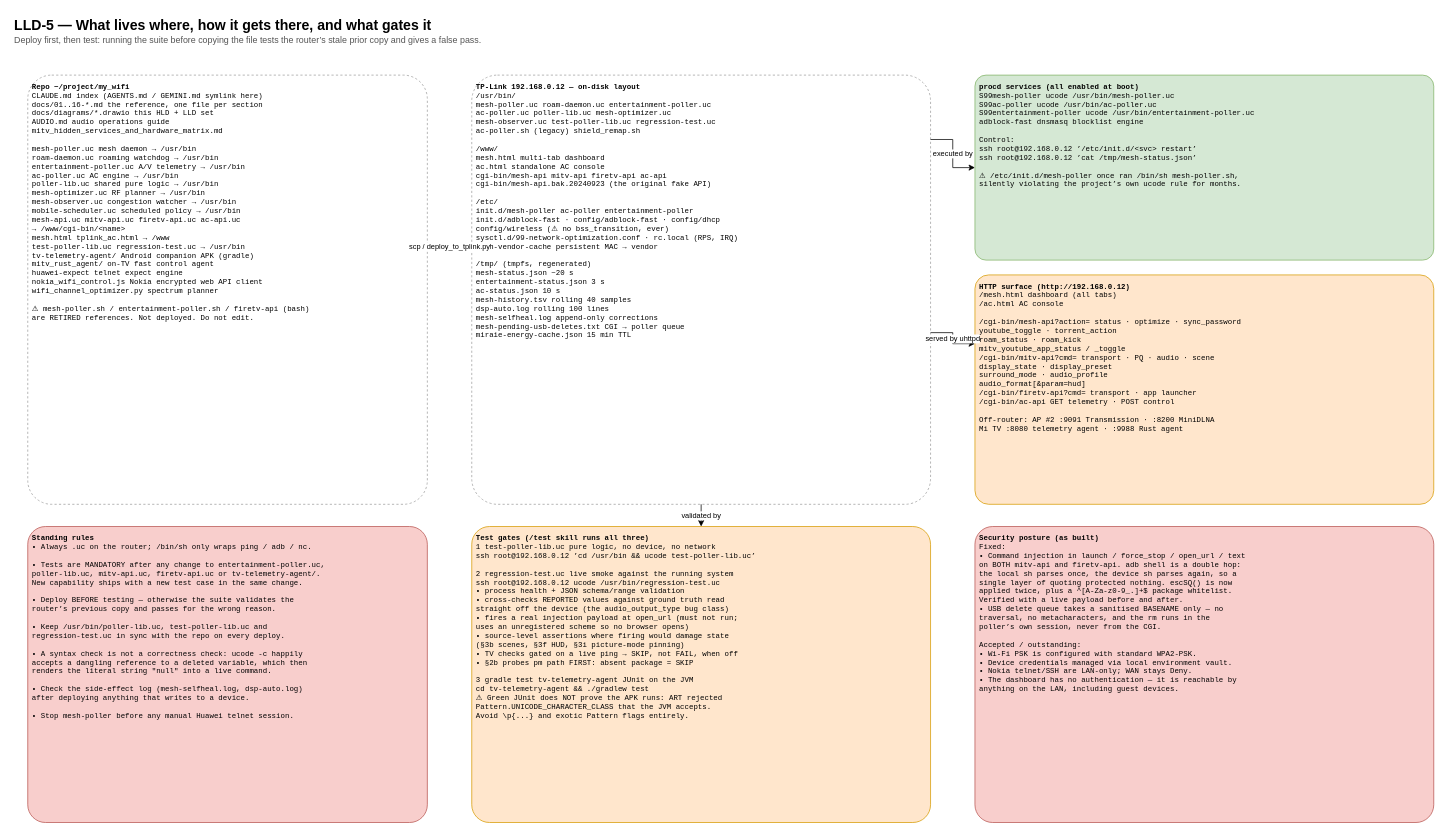
The draw.io diagram page "LLD-5 Repo, deploy map, API surface & test gates" (5 of 5) of docs/diagrams/LLD-whole-architecture.drawio in d2e/my-wifi-docs, before the edit. Source tidied: cells renumbered, new cells numbered last; positions are measured from the earlier drawing's top-left corner, leaving out a move shared by most shapes. Both pictures are drawn from the tidied source at 74%, with x=0, y=0 at pixel (13, 13).
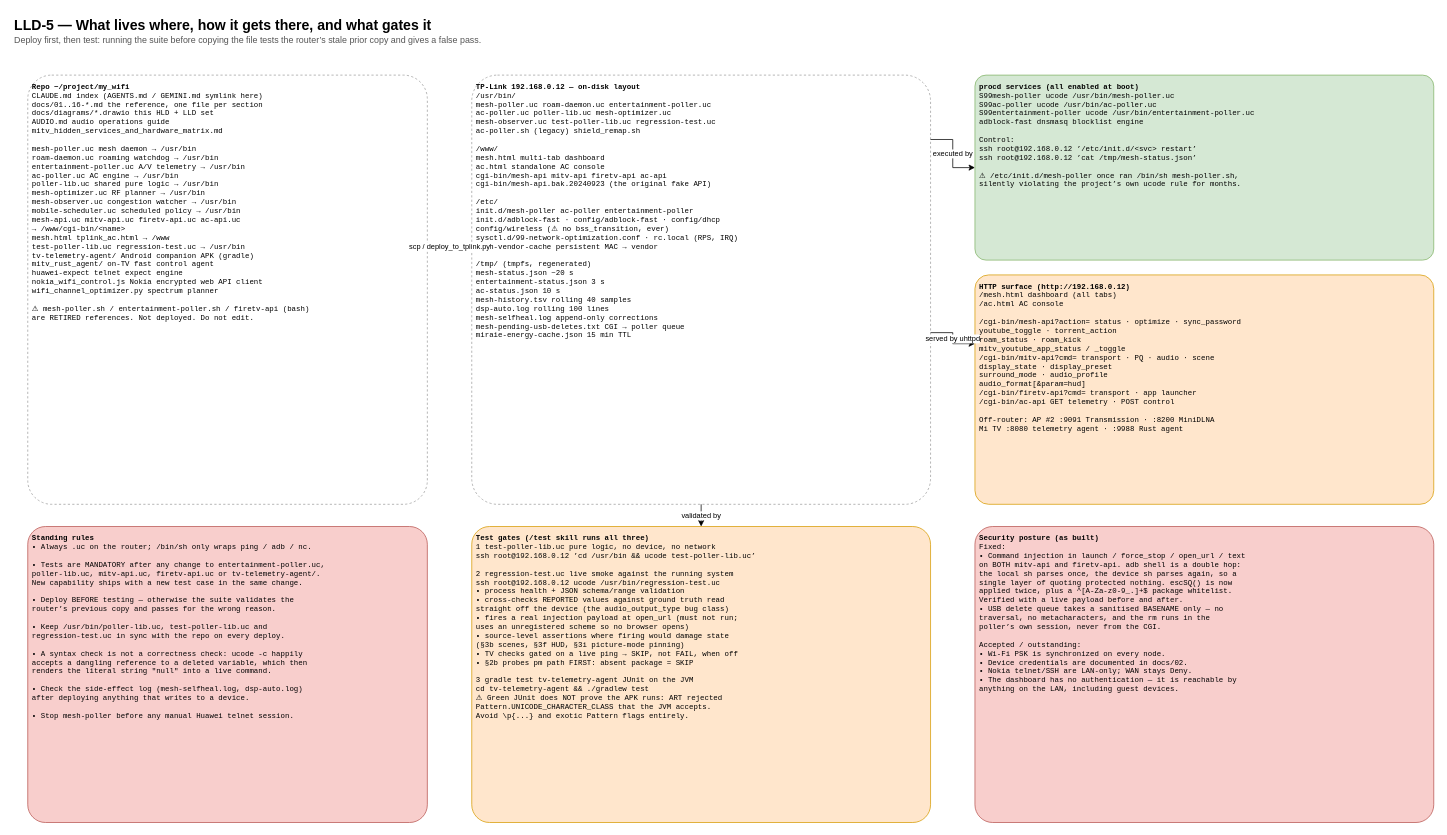
The same page after the edit.

The edit, as a diff of the source:
```diff
@@
 <mxGraphModel>
   <root>
     <mxCell id="0" />
     <mxCell id="1" parent="0" />
     <mxCell id="2" value="&lt;b style=&quot;font-size:19px&quot;&gt;LLD-5 &amp;#8212; What lives where, how it gets there, and what gates it&lt;/b&gt;&lt;br&gt;&lt;span style=&quot;color:#555&quot;&gt;Deploy first, then test: running the suite before copying the file tests the router&amp;#8217;s stale prior copy and gives a false pass.&lt;/span&gt;" style="text;html=1;align=left;verticalAlign=top;whiteSpace=wrap;fontSize=12;" parent="1" vertex="1">
       <mxGeometry width="1500" height="56" as="geometry" />
     </mxCell>
     <mxCell id="3" value="&lt;b&gt;Repo  ~/project/my_wifi&lt;/b&gt;&lt;br&gt;CLAUDE.md                index (AGENTS.md / GEMINI.md symlink here)&lt;br&gt;docs/01..16-*.md         the reference, one file per section&lt;br&gt;docs/diagrams/*.drawio   this HLD + LLD set&lt;br&gt;AUDIO.md                 audio operations guide&lt;br&gt;mitv_hidden_services_and_hardware_matrix.md&lt;br&gt;&lt;br&gt;mesh-poller.uc           mesh daemon        → /usr/bin&lt;br&gt;roam-daemon.uc           roaming watchdog   → /usr/bin&lt;br&gt;entertainment-poller.uc  A/V telemetry      → /usr/bin&lt;br&gt;ac-poller.uc             AC engine          → /usr/bin&lt;br&gt;poller-lib.uc            shared pure logic  → /usr/bin&lt;br&gt;mesh-optimizer.uc        RF planner         → /usr/bin&lt;br&gt;mesh-observer.uc         congestion watcher → /usr/bin&lt;br&gt;mobile-scheduler.uc      scheduled policy   → /usr/bin&lt;br&gt;mesh-api.uc  mitv-api.uc  firetv-api.uc  ac-api.uc&lt;br&gt;                                            → /www/cgi-bin/&amp;lt;name&amp;gt;&lt;br&gt;mesh.html  tplink_ac.html                   → /www&lt;br&gt;test-poller-lib.uc  regression-test.uc      → /usr/bin&lt;br&gt;tv-telemetry-agent/      Android companion APK (gradle)&lt;br&gt;mitv_rust_agent/         on-TV fast control agent&lt;br&gt;huawei-expect            telnet expect engine&lt;br&gt;nokia_wifi_control.js    Nokia encrypted web API client&lt;br&gt;wifi_channel_optimizer.py  spectrum planner&lt;br&gt;&lt;br&gt;⚠ mesh-poller.sh / entertainment-poller.sh / firetv-api (bash)&lt;br&gt;  are RETIRED references. Not deployed. Do not edit." style="rounded=1;whiteSpace=wrap;html=1;align=left;verticalAlign=top;spacing=6;fontSize=11;arcSize=6;fillColor=#ffffff;strokeColor=#9e9e9e;dashed=1;fontFamily=Courier New;fontSize=10;" parent="1" vertex="1">
       <mxGeometry x="20" y="84" width="540" height="580" as="geometry" />
     </mxCell>
     <mxCell id="4" value="&lt;b&gt;TP-Link 192.168.0.12  —  on-disk layout&lt;/b&gt;&lt;br&gt;/usr/bin/&lt;br&gt;  mesh-poller.uc  roam-daemon.uc  entertainment-poller.uc&lt;br&gt;  ac-poller.uc  poller-lib.uc  mesh-optimizer.uc&lt;br&gt;  mesh-observer.uc  test-poller-lib.uc  regression-test.uc&lt;br&gt;  ac-poller.sh (legacy)  shield_remap.sh&lt;br&gt;&lt;br&gt;/www/&lt;br&gt;  mesh.html                 multi-tab dashboard&lt;br&gt;  ac.html                   standalone AC console&lt;br&gt;  cgi-bin/mesh-api  mitv-api  firetv-api  ac-api&lt;br&gt;  cgi-bin/mesh-api.bak.20240923   (the original fake API)&lt;br&gt;&lt;br&gt;/etc/&lt;br&gt;  init.d/mesh-poller  ac-poller  entertainment-poller&lt;br&gt;  init.d/adblock-fast · config/adblock-fast · config/dhcp&lt;br&gt;  config/wireless  (⚠ no bss_transition, ever)&lt;br&gt;  sysctl.d/99-network-optimization.conf · rc.local (RPS, IRQ)&lt;br&gt;  mesh-vendor-cache           persistent MAC → vendor&lt;br&gt;&lt;br&gt;/tmp/   (tmpfs, regenerated)&lt;br&gt;  mesh-status.json           ~20 s&lt;br&gt;  entertainment-status.json  3 s&lt;br&gt;  ac-status.json             10 s&lt;br&gt;  mesh-history.tsv           rolling 40 samples&lt;br&gt;  dsp-auto.log               rolling 100 lines&lt;br&gt;  mesh-selfheal.log          append-only corrections&lt;br&gt;  mesh-pending-usb-deletes.txt   CGI → poller queue&lt;br&gt;  miraie-energy-cache.json   15 min TTL" style="rounded=1;whiteSpace=wrap;html=1;align=left;verticalAlign=top;spacing=6;fontSize=11;arcSize=6;fillColor=#ffffff;strokeColor=#9e9e9e;dashed=1;fontFamily=Courier New;fontSize=10;" parent="1" vertex="1">
       <mxGeometry x="620" y="84" width="620" height="580" as="geometry" />
     </mxCell>
     <mxCell id="5" value="&lt;b&gt;procd services (all enabled at boot)&lt;/b&gt;&lt;br&gt;S99mesh-poller          ucode /usr/bin/mesh-poller.uc&lt;br&gt;S99ac-poller            ucode /usr/bin/ac-poller.uc&lt;br&gt;S99entertainment-poller ucode /usr/bin/entertainment-poller.uc&lt;br&gt;adblock-fast            dnsmasq blocklist engine&lt;br&gt;&lt;br&gt;Control:&lt;br&gt;  ssh root@192.168.0.12 ’/etc/init.d/&amp;lt;svc&amp;gt; restart’&lt;br&gt;  ssh root@192.168.0.12 ’cat /tmp/mesh-status.json’&lt;br&gt;&lt;br&gt;⚠ /etc/init.d/mesh-poller once ran /bin/sh mesh-poller.sh,&lt;br&gt;  silently violating the project’s own ucode rule for months." style="rounded=1;whiteSpace=wrap;html=1;align=left;verticalAlign=top;spacing=6;fontSize=11;arcSize=6;fillColor=#d5e8d4;strokeColor=#82b366;fontFamily=Courier New;fontSize=10;" parent="1" vertex="1">
       <mxGeometry x="1300" y="84" width="620" height="250" as="geometry" />
     </mxCell>
     <mxCell id="6" value="&lt;b&gt;HTTP surface  (http://192.168.0.12)&lt;/b&gt;&lt;br&gt;/mesh.html                 dashboard (all tabs)&lt;br&gt;/ac.html                   AC console&lt;br&gt;&lt;br&gt;/cgi-bin/mesh-api?action=  status · optimize · sync_password&lt;br&gt;                           youtube_toggle · torrent_action&lt;br&gt;                           roam_status · roam_kick&lt;br&gt;                           mitv_youtube_app_status / _toggle&lt;br&gt;/cgi-bin/mitv-api?cmd=     transport · PQ · audio · scene&lt;br&gt;                           display_state · display_preset&lt;br&gt;                           surround_mode · audio_profile&lt;br&gt;                           audio_format[&amp;amp;param=hud]&lt;br&gt;/cgi-bin/firetv-api?cmd=   transport · app launcher&lt;br&gt;/cgi-bin/ac-api            GET telemetry · POST control&lt;br&gt;&lt;br&gt;Off-router: AP #2 :9091 Transmission · :8200 MiniDLNA&lt;br&gt;            Mi TV :8080 telemetry agent · :9988 Rust agent" style="rounded=1;whiteSpace=wrap;html=1;align=left;verticalAlign=top;spacing=6;fontSize=11;arcSize=6;fillColor=#ffe6cc;strokeColor=#d79b00;fontFamily=Courier New;fontSize=10;" parent="1" vertex="1">
       <mxGeometry x="1300" y="354" width="620" height="310" as="geometry" />
     </mxCell>
     <mxCell id="7" value="&lt;b&gt;Test gates  (/test skill runs all three)&lt;/b&gt;&lt;br&gt;1  test-poller-lib.uc   pure logic, no device, no network&lt;br&gt;     ssh root@192.168.0.12 ’cd /usr/bin &amp;amp;&amp;amp; ucode test-poller-lib.uc’&lt;br&gt;&lt;br&gt;2  regression-test.uc   live smoke against the running system&lt;br&gt;     ssh root@192.168.0.12 ucode /usr/bin/regression-test.uc&lt;br&gt;     • process health + JSON schema/range validation&lt;br&gt;     • cross-checks REPORTED values against ground truth read&lt;br&gt;       straight off the device (the audio_output_type bug class)&lt;br&gt;     • fires a real injection payload at open_url (must not run;&lt;br&gt;       uses an unregistered scheme so no browser opens)&lt;br&gt;     • source-level assertions where firing would damage state&lt;br&gt;       (§3b scenes, §3f HUD, §3i picture-mode pinning)&lt;br&gt;     • TV checks gated on a live ping → SKIP, not FAIL, when off&lt;br&gt;     • §2b probes pm path FIRST: absent package = SKIP&lt;br&gt;&lt;br&gt;3  gradle test          tv-telemetry-agent JUnit on the JVM&lt;br&gt;     cd tv-telemetry-agent &amp;amp;&amp;amp; ./gradlew test&lt;br&gt;     ⚠ Green JUnit does NOT prove the APK runs: ART rejected&lt;br&gt;       Pattern.UNICODE_CHARACTER_CLASS that the JVM accepts.&lt;br&gt;       Avoid \p{...} and exotic Pattern flags entirely." style="rounded=1;whiteSpace=wrap;html=1;align=left;verticalAlign=top;spacing=6;fontSize=11;arcSize=6;fillColor=#ffe6cc;strokeColor=#d79b00;fontFamily=Courier New;fontSize=10;" parent="1" vertex="1">
       <mxGeometry x="620" y="694" width="620" height="400" as="geometry" />
     </mxCell>
     <mxCell id="8" value="&lt;b&gt;Standing rules&lt;/b&gt;&lt;br&gt;• Always .uc on the router; /bin/sh only wraps ping / adb / nc.&lt;br&gt;&lt;br&gt;• Tests are MANDATORY after any change to entertainment-poller.uc,&lt;br&gt;  poller-lib.uc, mitv-api.uc, firetv-api.uc or tv-telemetry-agent/.&lt;br&gt;  New capability ships with a new test case in the same change.&lt;br&gt;&lt;br&gt;• Deploy BEFORE testing — otherwise the suite validates the&lt;br&gt;  router’s previous copy and passes for the wrong reason.&lt;br&gt;&lt;br&gt;• Keep /usr/bin/poller-lib.uc, test-poller-lib.uc and&lt;br&gt;  regression-test.uc in sync with the repo on every deploy.&lt;br&gt;&lt;br&gt;• A syntax check is not a correctness check: ucode -c happily&lt;br&gt;  accepts a dangling reference to a deleted variable, which then&lt;br&gt;  renders the literal string &quot;null&quot; into a live command.&lt;br&gt;&lt;br&gt;• Check the side-effect log (mesh-selfheal.log, dsp-auto.log)&lt;br&gt;  after deploying anything that writes to a device.&lt;br&gt;&lt;br&gt;• Stop mesh-poller before any manual Huawei telnet session." style="rounded=1;whiteSpace=wrap;html=1;align=left;verticalAlign=top;spacing=6;fontSize=11;arcSize=6;fillColor=#f8cecc;strokeColor=#b85450;fontFamily=Courier New;fontSize=10;" parent="1" vertex="1">
       <mxGeometry x="20" y="694" width="540" height="400" as="geometry" />
     </mxCell>
-    <mxCell id="9" value="&lt;b&gt;Security posture (as built)&lt;/b&gt;&lt;br&gt;Fixed:&lt;br&gt;  • Command injection in launch / force_stop / open_url / text&lt;br&gt;    on BOTH mitv-api and firetv-api. adb shell is a double hop:&lt;br&gt;    the local sh parses once, the device sh parses again, so a&lt;br&gt;    single layer of quoting protected nothing. escSQ() is now&lt;br&gt;    applied twice, plus a ^[A-Za-z0-9_.]+$ package whitelist.&lt;br&gt;    Verified with a live payload before and after.&lt;br&gt;  • USB delete queue takes a sanitised BASENAME only — no&lt;br&gt;    traversal, no metacharacters, and the rm runs in the&lt;br&gt;    poller’s own session, never from the CGI.&lt;br&gt;&lt;br&gt;Accepted / outstanding:&lt;br&gt;  • Wi-Fi PSK is configured with standard WPA2-PSK.&lt;br&gt;  • Device credentials managed via local environment vault.&lt;br&gt;  • Nokia telnet/SSH are LAN-only; WAN stays Deny.&lt;br&gt;  • The dashboard has no authentication — it is reachable by&lt;br&gt;    anything on the LAN, including guest devices." style="rounded=1;whiteSpace=wrap;html=1;align=left;verticalAlign=top;spacing=6;fontSize=11;arcSize=6;fillColor=#f8cecc;strokeColor=#b85450;fontFamily=Courier New;fontSize=10;" parent="1" vertex="1">
+    <mxCell id="9" value="&lt;b&gt;Security posture (as built)&lt;/b&gt;&lt;br&gt;Fixed:&lt;br&gt;  • Command injection in launch / force_stop / open_url / text&lt;br&gt;    on BOTH mitv-api and firetv-api. adb shell is a double hop:&lt;br&gt;    the local sh parses once, the device sh parses again, so a&lt;br&gt;    single layer of quoting protected nothing. escSQ() is now&lt;br&gt;    applied twice, plus a ^[A-Za-z0-9_.]+$ package whitelist.&lt;br&gt;    Verified with a live payload before and after.&lt;br&gt;  • USB delete queue takes a sanitised BASENAME only — no&lt;br&gt;    traversal, no metacharacters, and the rm runs in the&lt;br&gt;    poller’s own session, never from the CGI.&lt;br&gt;&lt;br&gt;Accepted / outstanding:&lt;br&gt;  • Wi-Fi PSK is synchronized on every node.&lt;br&gt;  • Device credentials are documented in docs/02.&lt;br&gt;  • Nokia telnet/SSH are LAN-only; WAN stays Deny.&lt;br&gt;  • The dashboard has no authentication — it is reachable by&lt;br&gt;    anything on the LAN, including guest devices." style="rounded=1;whiteSpace=wrap;html=1;align=left;verticalAlign=top;spacing=6;fontSize=11;arcSize=6;fillColor=#f8cecc;strokeColor=#b85450;fontFamily=Courier New;fontSize=10;" parent="1" vertex="1">
       <mxGeometry x="1300" y="694" width="620" height="400" as="geometry" />
     </mxCell>
     <mxCell id="10" value="scp / deploy_to_tplink.py" style="edgeStyle=orthogonalEdgeStyle;rounded=0;html=1;fontSize=10;labelBackgroundColor=#ffffff;exitX=1;exitY=0.4;exitDx=0;exitDy=0;entryX=0;entryY=0.4;entryDx=0;entryDy=0;" parent="1" edge="1" source="3" target="4">
       <mxGeometry relative="1" as="geometry" />
     </mxCell>
     <mxCell id="11" value="executed by" style="edgeStyle=orthogonalEdgeStyle;rounded=0;html=1;fontSize=10;labelBackgroundColor=#ffffff;exitX=1;exitY=0.15;exitDx=0;exitDy=0;entryX=0;entryY=0.5;entryDx=0;entryDy=0;" parent="1" edge="1" source="4" target="5">
       <mxGeometry relative="1" as="geometry" />
     </mxCell>
     <mxCell id="12" value="served by uhttpd" style="edgeStyle=orthogonalEdgeStyle;rounded=0;html=1;fontSize=10;labelBackgroundColor=#ffffff;exitX=1;exitY=0.6;exitDx=0;exitDy=0;entryX=0;entryY=0.3;entryDx=0;entryDy=0;" parent="1" edge="1" source="4" target="6">
       <mxGeometry relative="1" as="geometry" />
     </mxCell>
     <mxCell id="13" value="validated by" style="edgeStyle=orthogonalEdgeStyle;rounded=0;html=1;fontSize=10;labelBackgroundColor=#ffffff;exitX=0.5;exitY=1;exitDx=0;exitDy=0;entryX=0.5;entryY=0;entryDx=0;entryDy=0;" parent="1" edge="1" source="4" target="7">
       <mxGeometry relative="1" as="geometry" />
     </mxCell>
   </root>
 </mxGraphModel>
```
